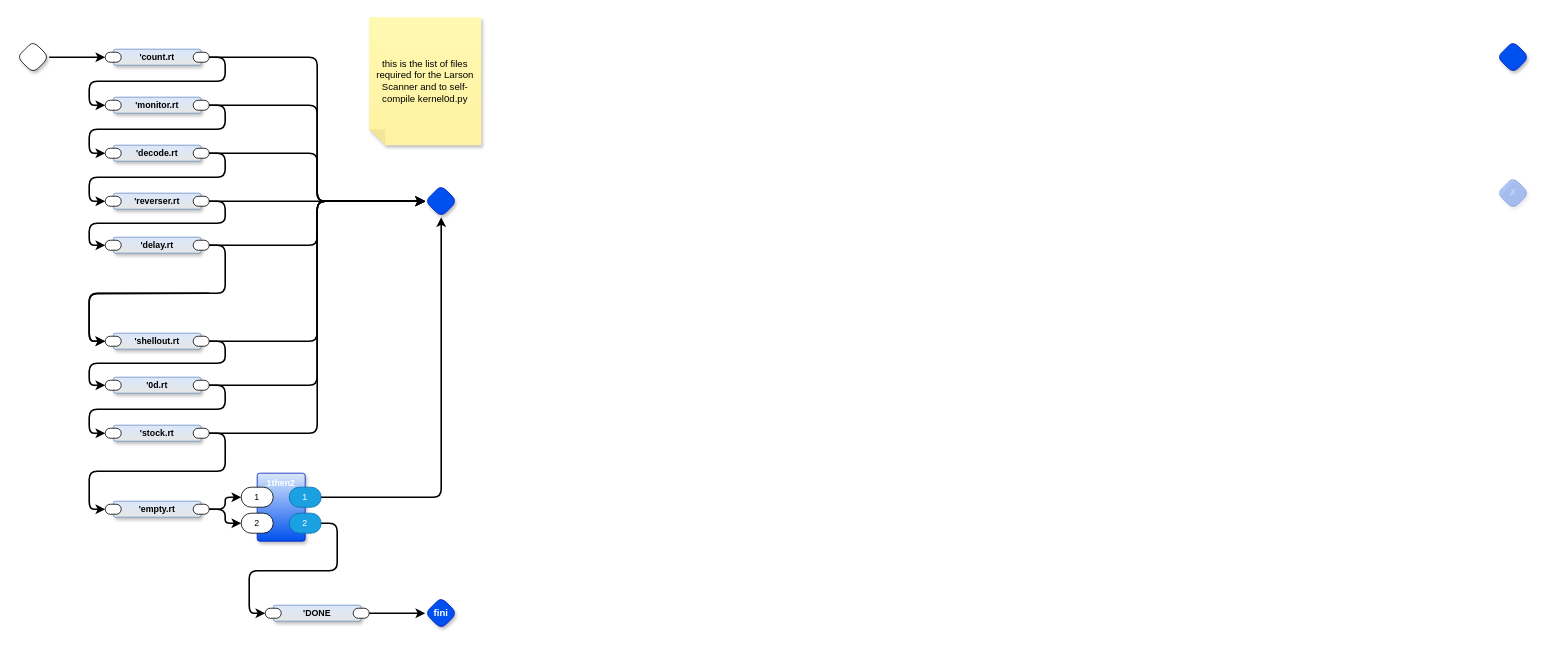
The draw.io diagram page "List Filenames" (3 of 35) of rt2all.drawio in guitarvydas/rt, before the edit. Source tidied: cells renumbered, new cells numbered last; positions are measured from the earlier drawing's top-left corner, leaving out a move shared by most shapes. Both pictures are drawn from the tidied source at 80%, with x=0, y=0 at pixel (17, 17).
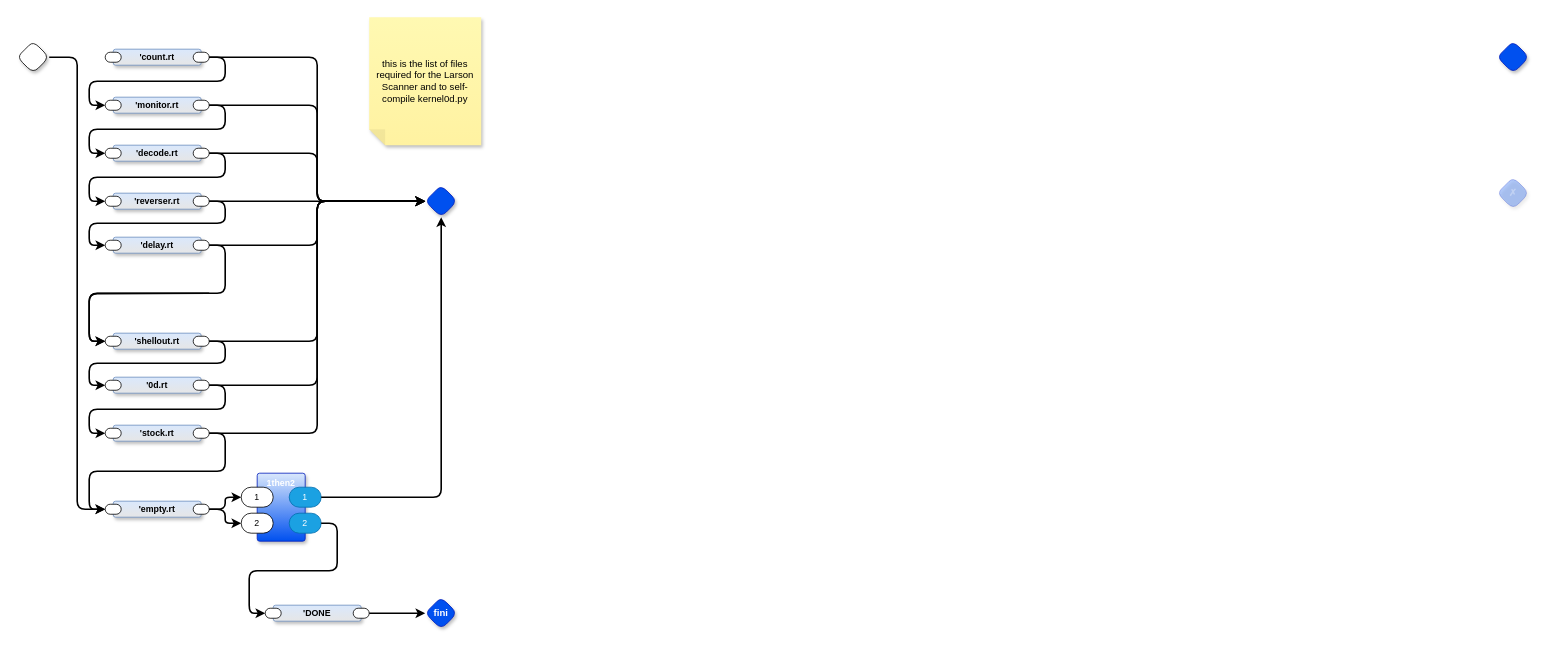
The same diagram, later.

Unchanged cells that the change refers to:
```xml
<mxCell id="2" style="rhombus;whiteSpace=wrap;html=1;rounded=1;fontStyle=1;glass=0;sketch=0;fontSize=12;points=[[0,0.5,0,0,0],[0.5,0,0,0,0],[0.5,1,0,0,0],[1,0.5,0,0,0]];shadow=1;fontFamily=Helvetica;fontColor=default;" parent="1" vertex="1">
  <mxGeometry y="30" width="40" height="40" as="geometry" />
</mxCell>
<mxCell id="8" style="rounded=1;whiteSpace=wrap;html=1;sketch=0;points=[[0,0.5,0,0,0],[1,0.5,0,0,0]];arcSize=50;fontFamily=Helvetica;fontSize=11;fontColor=default;" parent="6" vertex="1">
  <mxGeometry x="-10" y="3.8" width="20" height="12.5" as="geometry" />
</mxCell>
<mxCell id="24" style="rounded=1;whiteSpace=wrap;html=1;sketch=0;points=[[0,0.5,0,0,0],[1,0.5,0,0,0]];arcSize=50;fontFamily=Helvetica;fontSize=11;fontColor=default;" parent="22" vertex="1">
  <mxGeometry x="-10" y="3.8" width="20" height="12.5" as="geometry" />
</mxCell>
```

Change to the diagram source:
```diff
@@
-    <mxCell id="5" style="edgeStyle=orthogonalEdgeStyle;rounded=1;jettySize=auto;html=1;exitX=1;exitY=0.5;exitDx=0;exitDy=0;exitPerimeter=0;strokeWidth=2;curved=0;entryX=0;entryY=0.5;entryDx=0;entryDy=0;entryPerimeter=0;" parent="1" edge="1" source="2" target="8">
+    <mxCell id="5" style="edgeStyle=orthogonalEdgeStyle;rounded=1;jettySize=auto;html=1;exitX=1;exitY=0.5;exitDx=0;exitDy=0;exitPerimeter=0;strokeWidth=2;curved=0;entryX=0;entryY=0.5;entryDx=0;entryDy=0;entryPerimeter=0;" parent="1" edge="1" source="2" target="24">
       <mxGeometry relative="1" as="geometry" />
     </mxCell>
```
